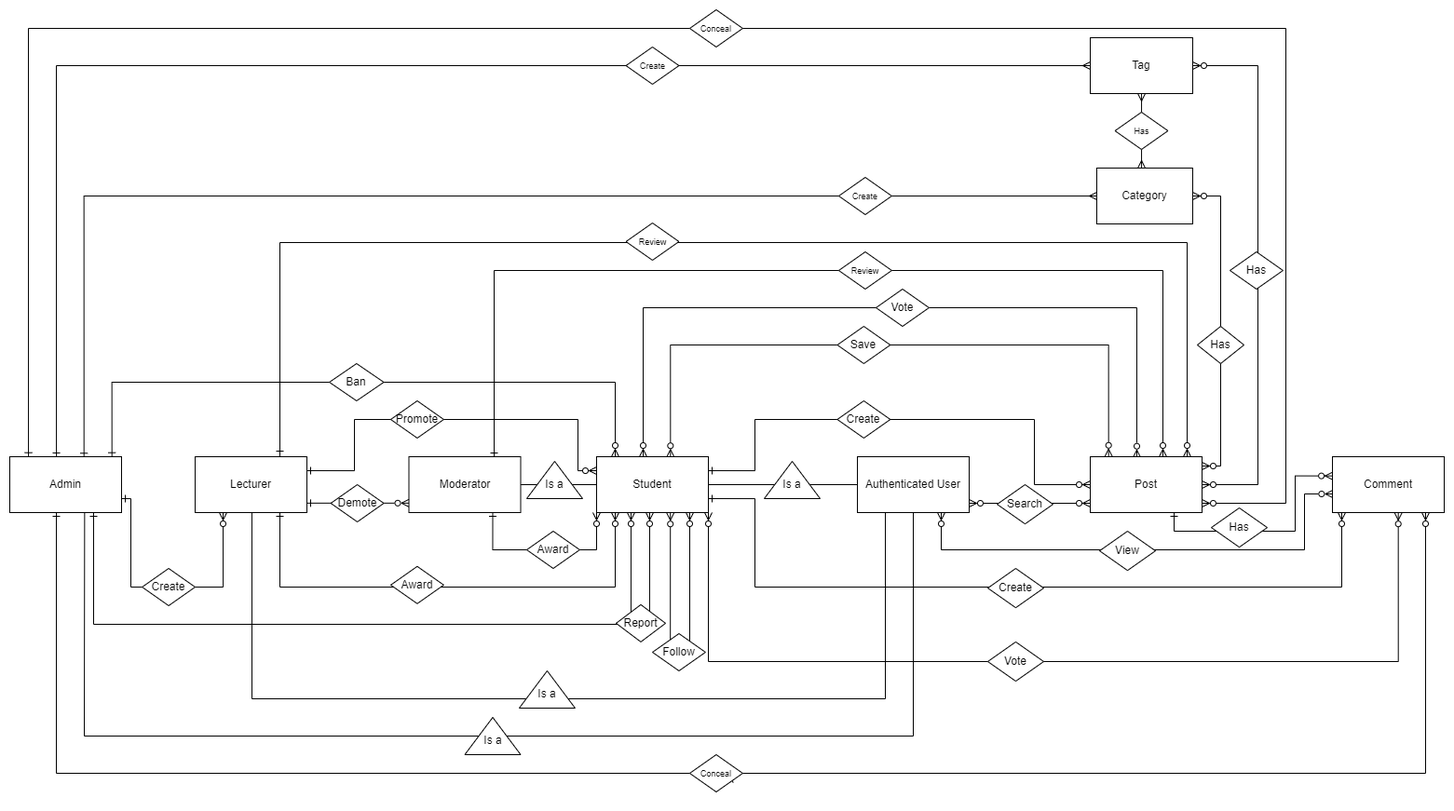
Earlier version of the draw.io export diagram/FBlog-Academy_ERD.png (baomnl123/SWP391_FBlog-Academy). Source tidied: cells renumbered, new cells last; positions are measured from the earlier drawing's top-left corner, leaving out a move shared by most shapes.
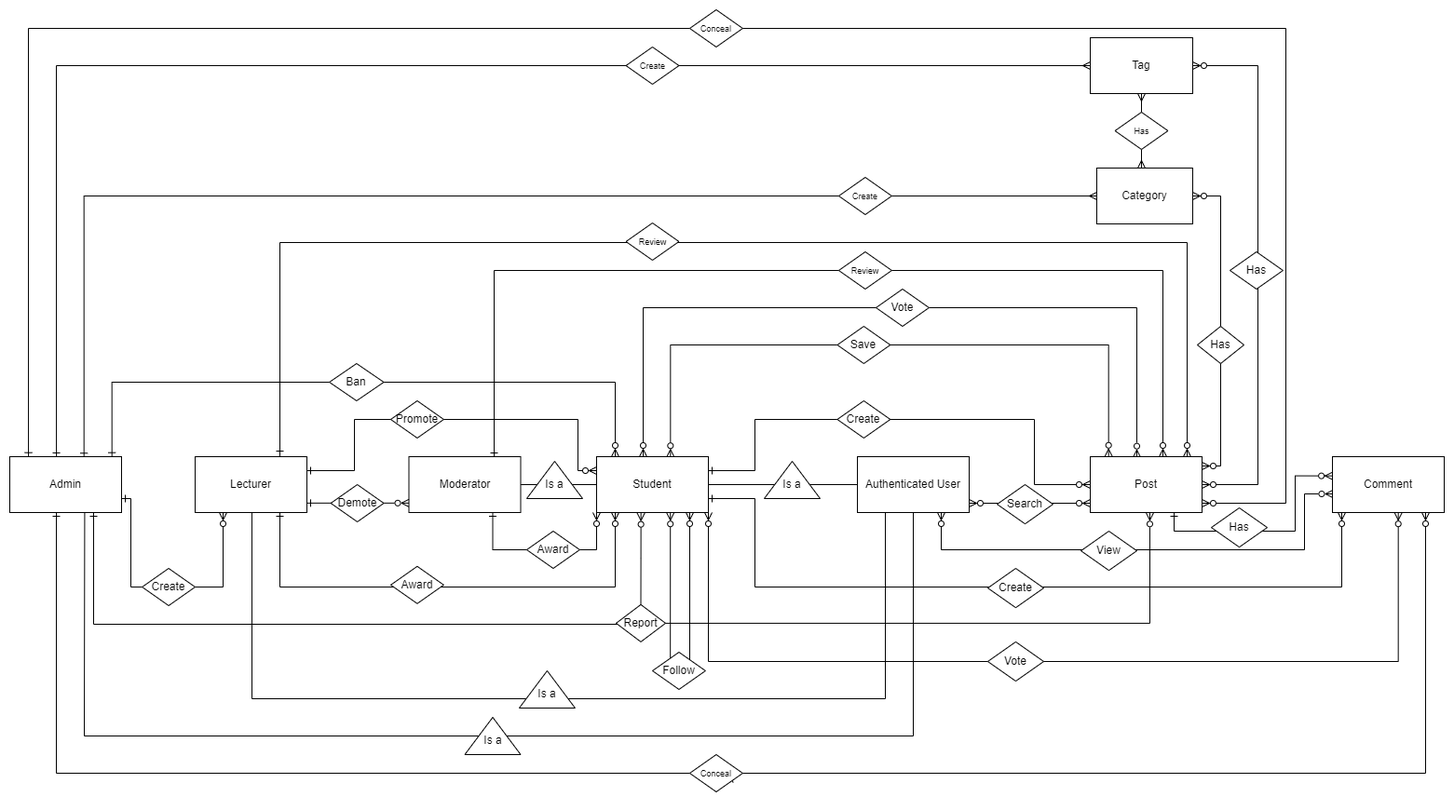
Later version of the same file.

Commit message:
Change user report user to user report post

Change to the diagram source:
```diff
@@ -50,6 +50,9 @@
         </Array>
       </mxGeometry>
     </mxCell>
+    <mxCell id="82" style="edgeStyle=orthogonalEdgeStyle;rounded=0;jettySize=auto;html=1;entryX=0.5;entryY=0;entryDx=0;entryDy=0;exitX=0.397;exitY=1.011;exitDx=0;exitDy=0;exitPerimeter=0;startArrow=ERzeroToMany;startFill=0;endArrow=none;endFill=0;" parent="1" edge="1" source="8" target="79">
+      <mxGeometry relative="1" as="geometry" />
+    </mxCell>
     <mxCell id="8" value="Student" style="rounded=0;whiteSpace=wrap;html=1;" parent="1" vertex="1">
       <mxGeometry x="630" y="480" width="120" height="60" as="geometry" />
     </mxCell>
@@ -319,7 +322,7 @@
       <mxGeometry y="480" width="120" height="60" as="geometry" />
     </mxCell>
     <mxCell id="51" value="View" style="rhombus;whiteSpace=wrap;html=1;" parent="1" vertex="1">
-      <mxGeometry x="1170" y="560" width="60" height="42.2" as="geometry" />
+      <mxGeometry x="1150" y="560" width="60" height="42.2" as="geometry" />
     </mxCell>
     <mxCell id="52" value="Create" style="rhombus;whiteSpace=wrap;html=1;" parent="1" vertex="1">
       <mxGeometry x="1050" y="600" width="60" height="42.2" as="geometry" />
@@ -406,16 +409,6 @@
     <mxCell id="77" value="&lt;font style=&quot;font-size: 9px;&quot;&gt;Conceal&lt;/font&gt;" style="rhombus;whiteSpace=wrap;html=1;" parent="1" vertex="1">
       <mxGeometry x="730" y="800" width="56.9" height="40" as="geometry" />
     </mxCell>
-    <mxCell id="78" style="edgeStyle=orthogonalEdgeStyle;rounded=0;orthogonalLoop=1;jettySize=auto;html=1;entryX=0.5;entryY=1;entryDx=0;entryDy=0;exitX=0.333;exitY=1;exitDx=0;exitDy=0;endArrow=ERzeroToMany;endFill=0;startArrow=ERzeroToMany;startFill=0;exitPerimeter=0;" parent="1" edge="1">
-      <mxGeometry relative="1" as="geometry">
-        <mxPoint x="667" y="540" as="sourcePoint" />
-        <mxPoint x="687" y="540" as="targetPoint" />
-        <Array as="points">
-          <mxPoint x="667" y="660" />
-          <mxPoint x="687" y="660" />
-        </Array>
-      </mxGeometry>
-    </mxCell>
     <mxCell id="79" value="Report" style="rhombus;whiteSpace=wrap;html=1;" parent="1" vertex="1">
       <mxGeometry x="651" y="638.9" width="53" height="40" as="geometry" />
     </mxCell>
@@ -423,13 +416,16 @@
       <mxGeometry relative="1" as="geometry">
         <mxPoint x="730" y="540" as="targetPoint" />
         <Array as="points">
-          <mxPoint x="709" y="690" />
-          <mxPoint x="730" y="690" />
+          <mxPoint x="709" y="710" />
+          <mxPoint x="730" y="710" />
         </Array>
       </mxGeometry>
     </mxCell>
     <mxCell id="81" value="Follow" style="rhombus;whiteSpace=wrap;html=1;" parent="1" vertex="1">
-      <mxGeometry x="690" y="670" width="56.9" height="40" as="geometry" />
+      <mxGeometry x="690" y="690" width="56.9" height="40" as="geometry" />
     </mxCell>
+    <mxCell id="83" style="edgeStyle=orthogonalEdgeStyle;rounded=0;jettySize=auto;html=1;entryX=0.533;entryY=1.005;entryDx=0;entryDy=0;entryPerimeter=0;endArrow=ERzeroToMany;endFill=0;" parent="1" edge="1" source="79" target="9">
+      <mxGeometry relative="1" as="geometry" />
+    </mxCell>
   </root>
 </mxGraphModel>
```
